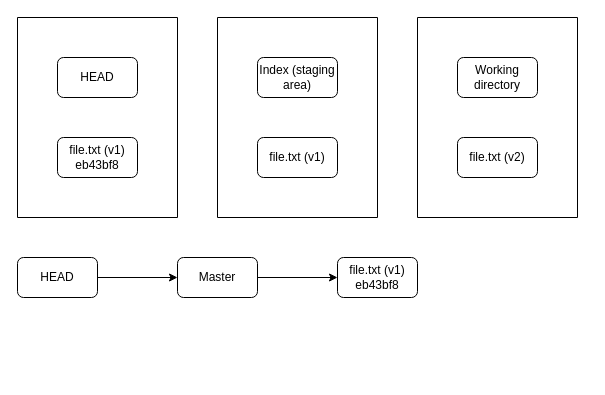
Earlier version of the draw.io diagram img/git/git5.drawio (riehseun/riehseun.github.io). Source tidied: cells renumbered, new cells numbered last; positions are measured from the earlier drawing's top-left corner, leaving out a move shared by most shapes. Both pictures are drawn from the tidied source at 100%, with x=0, y=0 at pixel (17, 17).
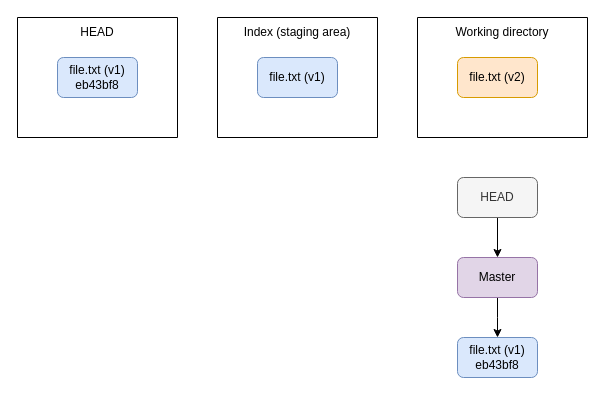
The same page after the edit.

The edit, as a diff of the source:
```diff
@@
 <mxGraphModel>
   <root>
     <mxCell id="0" />
     <mxCell id="1" parent="0" />
-    <mxCell id="2" value="HEAD" style="rounded=1;whiteSpace=wrap;html=1;" parent="1" vertex="1">
-      <mxGeometry x="40" y="40" width="80" height="40" as="geometry" />
-    </mxCell>
     <mxCell id="3" style="swimlane;startSize=0;" parent="1" vertex="1">
-      <mxGeometry width="160" height="200" as="geometry" />
+      <mxGeometry width="160" height="120" as="geometry" />
     </mxCell>
-    <mxCell id="4" value="file.txt (v1)&lt;div&gt;eb43bf8&lt;/div&gt;" style="rounded=1;whiteSpace=wrap;html=1;" parent="3" vertex="1">
-      <mxGeometry x="40" y="120" width="80" height="40" as="geometry" />
+    <mxCell id="4" value="file.txt (v1) eb43bf8" style="rounded=1;whiteSpace=wrap;html=1;fillColor=#dae8fc;strokeColor=#6c8ebf;" parent="3" vertex="1">
+      <mxGeometry x="40" y="40" width="80" height="40" as="geometry" />
     </mxCell>
+    <mxCell id="2" value="HEAD" style="text;html=1;align=center;verticalAlign=middle;whiteSpace=wrap;rounded=0;" parent="3" vertex="1">
+      <mxGeometry width="160" height="30" as="geometry" />
+    </mxCell>
     <mxCell id="5" style="swimlane;startSize=0;" parent="1" vertex="1">
-      <mxGeometry x="200" width="160" height="200" as="geometry" />
+      <mxGeometry x="200" width="160" height="120" as="geometry" />
     </mxCell>
+    <mxCell id="7" value="file.txt (v1&lt;span style=&quot;background-color: initial;&quot;&gt;)&lt;/span&gt;" style="rounded=1;whiteSpace=wrap;html=1;fillColor=#dae8fc;strokeColor=#6c8ebf;" parent="5" vertex="1">
+      <mxGeometry x="40" y="40" width="80" height="40" as="geometry" />
+    </mxCell>
-    <mxCell id="6" value="Index (staging area)" style="rounded=1;whiteSpace=wrap;html=1;" parent="5" vertex="1">
-      <mxGeometry x="40" y="40" width="80" height="40" as="geometry" />
+    <mxCell id="6" value="Index (staging area)" style="text;html=1;align=center;verticalAlign=middle;whiteSpace=wrap;rounded=0;" parent="5" vertex="1">
+      <mxGeometry width="160" height="30" as="geometry" />
     </mxCell>
-    <mxCell id="7" value="file.txt (v1)" style="rounded=1;whiteSpace=wrap;html=1;" parent="5" vertex="1">
-      <mxGeometry x="40" y="120" width="80" height="40" as="geometry" />
-    </mxCell>
     <mxCell id="8" style="swimlane;startSize=0;" parent="1" vertex="1">
-      <mxGeometry x="400" width="160" height="200" as="geometry" />
+      <mxGeometry x="400" width="170" height="120" as="geometry" />
     </mxCell>
+    <mxCell id="10" value="file.txt (v2)" style="rounded=1;whiteSpace=wrap;html=1;fillColor=#ffe6cc;strokeColor=#d79b00;" parent="8" vertex="1">
+      <mxGeometry x="40" y="40" width="80" height="40" as="geometry" />
+    </mxCell>
-    <mxCell id="9" value="Working directory" style="rounded=1;whiteSpace=wrap;html=1;" parent="8" vertex="1">
-      <mxGeometry x="40" y="40" width="80" height="40" as="geometry" />
+    <mxCell id="9" value="Working directory" style="text;html=1;align=center;verticalAlign=middle;whiteSpace=wrap;rounded=0;" parent="8" vertex="1">
+      <mxGeometry width="170" height="30" as="geometry" />
     </mxCell>
-    <mxCell id="10" value="file.txt (v2)" style="rounded=1;whiteSpace=wrap;html=1;" parent="8" vertex="1">
-      <mxGeometry x="40" y="120" width="80" height="40" as="geometry" />
-    </mxCell>
-    <mxCell id="11" style="edgeStyle=orthogonalEdgeStyle;rounded=0;jettySize=auto;html=1;exitX=1;exitY=0.5;exitDx=0;exitDy=0;" parent="1" edge="1" source="12" target="14">
+    <mxCell id="11" style="edgeStyle=orthogonalEdgeStyle;rounded=0;jettySize=auto;html=1;exitX=0.5;exitY=1;exitDx=0;exitDy=0;entryX=0.5;entryY=0;entryDx=0;entryDy=0;" parent="1" edge="1" source="12" target="14">
       <mxGeometry relative="1" as="geometry" />
     </mxCell>
-    <mxCell id="12" value="HEAD" style="rounded=1;whiteSpace=wrap;html=1;" parent="1" vertex="1">
-      <mxGeometry y="240" width="80" height="40" as="geometry" />
+    <mxCell id="12" value="HEAD" style="rounded=1;whiteSpace=wrap;html=1;fillColor=#f5f5f5;fontColor=#333333;strokeColor=#666666;" parent="1" vertex="1">
+      <mxGeometry x="440" y="160" width="80" height="40" as="geometry" />
     </mxCell>
-    <mxCell id="13" style="edgeStyle=orthogonalEdgeStyle;rounded=0;jettySize=auto;html=1;exitX=1;exitY=0.5;exitDx=0;exitDy=0;entryX=0;entryY=0.5;entryDx=0;entryDy=0;" parent="1" edge="1" source="14" target="15">
-      <mxGeometry relative="1" as="geometry" />
-    </mxCell>
+    <mxCell id="16" style="edgeStyle=orthogonalEdgeStyle;rounded=0;jettySize=auto;html=1;exitX=0.5;exitY=1;exitDx=0;exitDy=0;entryX=0.5;entryY=0;entryDx=0;entryDy=0;" parent="1" edge="1" source="14">
+      <mxGeometry relative="1" as="geometry">
+        <mxPoint x="480" y="320" as="targetPoint" />
+      </mxGeometry>
+    </mxCell>
-    <mxCell id="14" value="Master" style="rounded=1;whiteSpace=wrap;html=1;" parent="1" vertex="1">
-      <mxGeometry x="160" y="240" width="80" height="40" as="geometry" />
+    <mxCell id="14" value="Master" style="rounded=1;whiteSpace=wrap;html=1;fillColor=#e1d5e7;strokeColor=#9673a6;" parent="1" vertex="1">
+      <mxGeometry x="440" y="240" width="80" height="40" as="geometry" />
     </mxCell>
-    <mxCell id="15" value="file.txt (v1)&lt;div&gt;eb43bf8&lt;/div&gt;" style="rounded=1;whiteSpace=wrap;html=1;" parent="1" vertex="1">
-      <mxGeometry x="320" y="240" width="80" height="40" as="geometry" />
+    <mxCell id="15" value="file.txt (v1)&lt;div&gt;eb43bf8&lt;/div&gt;" style="rounded=1;whiteSpace=wrap;html=1;fillColor=#dae8fc;strokeColor=#6c8ebf;" parent="1" vertex="1">
+      <mxGeometry x="440" y="320" width="80" height="40" as="geometry" />
     </mxCell>
   </root>
 </mxGraphModel>
```
